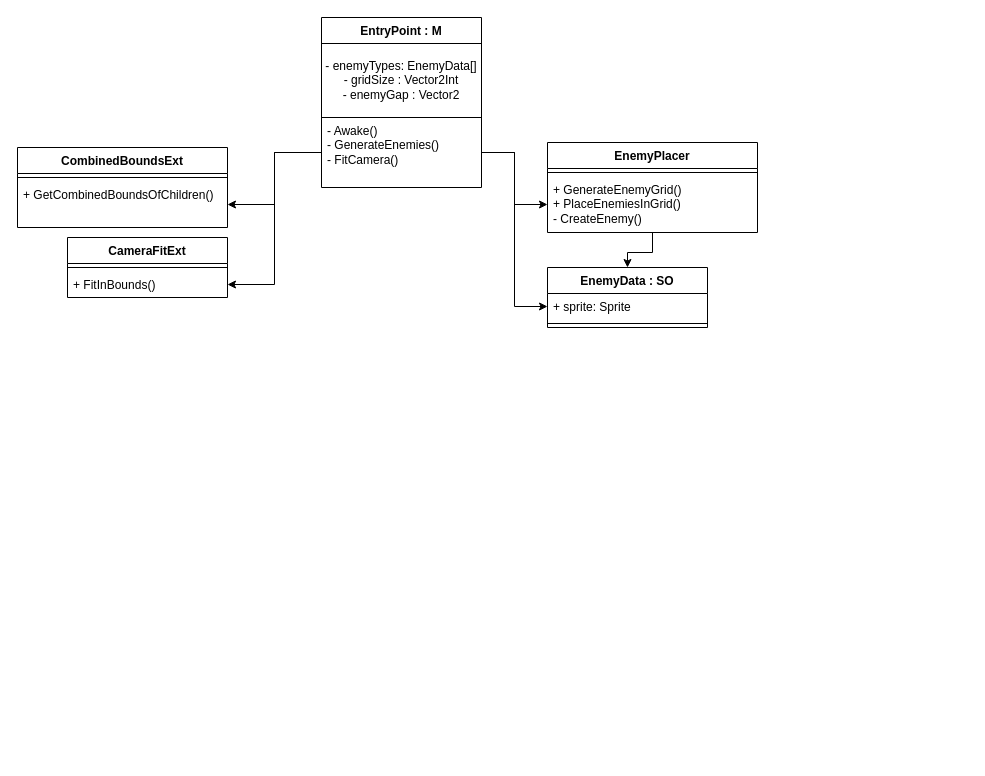
The draw.io diagram Assets/_Presentation/UML/UML.drawio in IvanvIvanv/SpaceInvadersTask, before the edit. Source tidied: cells renumbered, new cells numbered last; positions are measured from the earlier drawing's top-left corner, leaving out a move shared by most shapes. Both pictures are drawn from the tidied source at 100%, with x=0, y=0 at pixel (17, 17).
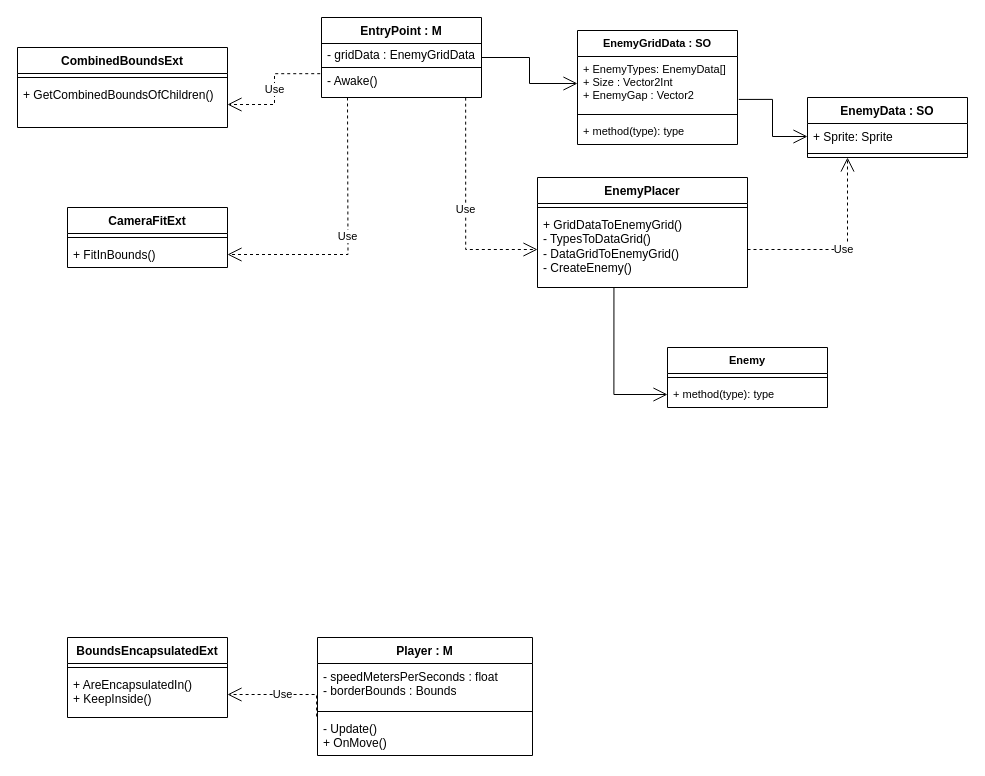
After the change.

Commit message (it also covers changes not shown here):
tweak: Updated UML

Unchanged cells that the change refers to:
```xml
<mxCell id="14" value="+ GetCombinedBoundsOfChildren()" style="text;strokeColor=none;fillColor=none;align=left;verticalAlign=top;spacingLeft=4;spacingRight=4;overflow=hidden;points=[[0,0.5],[1,0.5]];portConstraint=eastwest;whiteSpace=wrap;html=1;" parent="12" vertex="1">
  <mxGeometry y="34" width="210" height="46" as="geometry" />
</mxCell>
<mxCell id="17" value="+ FitInBounds()" style="text;strokeColor=none;fillColor=none;align=left;verticalAlign=top;spacingLeft=4;spacingRight=4;overflow=hidden;points=[[0,0.5],[1,0.5]];portConstraint=eastwest;whiteSpace=wrap;html=1;" parent="15" vertex="1">
  <mxGeometry y="34" width="160" height="26" as="geometry" />
</mxCell>
```

What changed in the source:
```diff
@@
     <mxCell id="2" value="EntryPoint : M" style="swimlane;fontStyle=1;align=center;verticalAlign=top;horizontal=1;startSize=26;whiteSpace=wrap;html=1;" parent="1" vertex="1">
-      <mxGeometry x="304" width="160" height="170" as="geometry" />
+      <mxGeometry x="304" width="160" height="80" as="geometry" />
     </mxCell>
-    <mxCell id="3" value="&lt;div&gt;- enemyTypes: EnemyData[]&lt;/div&gt;&lt;div&gt;- gridSize : Vector2Int&lt;/div&gt;&lt;div&gt;- enemyGap : Vector2&lt;/div&gt;" style="html=1;whiteSpace=wrap;" parent="2" vertex="1">
-      <mxGeometry y="26" width="160" height="74" as="geometry" />
+    <mxCell id="3" value="- gridData : EnemyGridData" style="html=1;whiteSpace=wrap;" parent="2" vertex="1">
+      <mxGeometry y="26" width="160" height="24" as="geometry" />
     </mxCell>
-    <mxCell id="4" value="&lt;div&gt;- Awake()&lt;/div&gt;&lt;div&gt;- GenerateEnemies()&lt;br&gt;&lt;/div&gt;&lt;div&gt;- FitCamera()&lt;br&gt;&lt;/div&gt;" style="text;strokeColor=none;fillColor=none;align=left;verticalAlign=top;spacingLeft=4;spacingRight=4;overflow=hidden;points=[[0,0.5],[1,0.5]];portConstraint=eastwest;whiteSpace=wrap;html=1;" parent="2" vertex="1">
-      <mxGeometry y="100" width="160" height="70" as="geometry" />
+    <mxCell id="4" value="&lt;div&gt;- Awake()&lt;/div&gt;" style="text;strokeColor=none;fillColor=none;align=left;verticalAlign=top;spacingLeft=4;spacingRight=4;overflow=hidden;points=[[0,0.5],[1,0.5]];portConstraint=eastwest;whiteSpace=wrap;html=1;" parent="2" vertex="1">
+      <mxGeometry y="50" width="160" height="30" as="geometry" />
     </mxCell>
-    <mxCell id="5" style="edgeStyle=orthogonalEdgeStyle;rounded=0;jettySize=auto;html=1;exitX=0.5;exitY=1;exitDx=0;exitDy=0;entryX=0.5;entryY=0;entryDx=0;entryDy=0;" parent="1" edge="1" source="6" target="9">
-      <mxGeometry relative="1" as="geometry" />
-    </mxCell>
     <mxCell id="6" value="EnemyPlacer" style="swimlane;fontStyle=1;align=center;verticalAlign=top;horizontal=1;startSize=26;whiteSpace=wrap;html=1;" parent="1" vertex="1">
-      <mxGeometry x="530" y="125" width="210" height="90" as="geometry" />
+      <mxGeometry x="520" y="160" width="210" height="110" as="geometry" />
     </mxCell>
@@
-    <mxCell id="8" value="&lt;div&gt;+ GenerateEnemyGrid()&lt;br&gt;&lt;/div&gt;&lt;div&gt;+ PlaceEnemiesInGrid()&lt;br&gt;&lt;/div&gt;&lt;div&gt;- CreateEnemy()&lt;br&gt;&lt;/div&gt;" style="text;strokeColor=none;fillColor=none;align=left;verticalAlign=top;spacingLeft=4;spacingRight=4;overflow=hidden;points=[[0,0.5],[1,0.5]];portConstraint=eastwest;whiteSpace=wrap;html=1;" parent="6" vertex="1">
-      <mxGeometry y="34" width="210" height="56" as="geometry" />
+    <mxCell id="8" value="&lt;div&gt;+ GridDataToEnemyGrid()&lt;br&gt;&lt;/div&gt;&lt;div&gt;- TypesToDataGrid()&lt;br&gt;&lt;/div&gt;&lt;div&gt;- DataGridToEnemyGrid()&lt;br&gt;&lt;/div&gt;&lt;div&gt;- CreateEnemy()&lt;br&gt;&lt;/div&gt;" style="text;strokeColor=none;fillColor=none;align=left;verticalAlign=top;spacingLeft=4;spacingRight=4;overflow=hidden;points=[[0,0.5],[1,0.5]];portConstraint=eastwest;whiteSpace=wrap;html=1;" parent="6" vertex="1">
+      <mxGeometry y="34" width="210" height="76" as="geometry" />
     </mxCell>
     <mxCell id="9" value="EnemyData : SO" style="swimlane;fontStyle=1;align=center;verticalAlign=top;horizontal=1;startSize=26;whiteSpace=wrap;html=1;" parent="1" vertex="1">
-      <mxGeometry x="530" y="250" width="160" height="60" as="geometry" />
+      <mxGeometry x="790" y="80" width="160" height="60" as="geometry" />
     </mxCell>
-    <mxCell id="10" value="+ sprite: Sprite" style="text;strokeColor=none;fillColor=none;align=left;verticalAlign=top;spacingLeft=4;spacingRight=4;overflow=hidden;points=[[0,0.5],[1,0.5]];portConstraint=eastwest;whiteSpace=wrap;html=1;" parent="9" vertex="1">
+    <mxCell id="10" value="+ Sprite: Sprite" style="text;strokeColor=none;fillColor=none;align=left;verticalAlign=top;spacingLeft=4;spacingRight=4;overflow=hidden;points=[[0,0.5],[1,0.5]];portConstraint=eastwest;whiteSpace=wrap;html=1;" parent="9" vertex="1">
       <mxGeometry y="26" width="160" height="26" as="geometry" />
     </mxCell>
@@
     <mxCell id="12" value="CombinedBoundsExt" style="swimlane;fontStyle=1;align=center;verticalAlign=top;horizontal=1;startSize=26;whiteSpace=wrap;html=1;" parent="1" vertex="1">
-      <mxGeometry y="130" width="210" height="80" as="geometry" />
+      <mxGeometry y="30" width="210" height="80" as="geometry" />
     </mxCell>
@@
     <mxCell id="15" value="CameraFitExt" style="swimlane;fontStyle=1;align=center;verticalAlign=top;horizontal=1;startSize=26;whiteSpace=wrap;html=1;" parent="1" vertex="1">
-      <mxGeometry x="50" y="220" width="160" height="60" as="geometry" />
+      <mxGeometry x="50" y="190" width="160" height="60" as="geometry" />
     </mxCell>
@@
+    <mxCell id="22" value="Player : M" style="swimlane;fontStyle=1;align=center;verticalAlign=top;horizontal=1;startSize=26;whiteSpace=wrap;html=1;" parent="1" vertex="1">
+      <mxGeometry x="300" y="620" width="215" height="118" as="geometry" />
+    </mxCell>
+    <mxCell id="23" value="&lt;div&gt;- speedMetersPerSeconds : float&lt;/div&gt;&lt;div&gt;- borderBounds : Bounds&lt;br&gt;&lt;/div&gt;" style="text;strokeColor=none;fillColor=none;align=left;verticalAlign=top;spacingLeft=4;spacingRight=4;overflow=hidden;whiteSpace=wrap;html=1;" parent="22" vertex="1">
+      <mxGeometry y="26" width="215" height="44" as="geometry" />
+    </mxCell>
+    <mxCell id="24" style="line;strokeWidth=1;fillColor=none;align=left;verticalAlign=middle;spacingTop=-1;spacingLeft=3;spacingRight=3;labelPosition=right;strokeColor=inherit;" parent="22" vertex="1">
+      <mxGeometry y="70" width="215" height="8" as="geometry" />
+    </mxCell>
+    <mxCell id="25" value="- Update()&lt;br&gt;&lt;div&gt;+ OnMove()&lt;/div&gt;" style="text;strokeColor=none;fillColor=none;align=left;verticalAlign=top;spacingLeft=4;spacingRight=4;overflow=hidden;points=[[0,0.5],[1,0.5]];portConstraint=eastwest;whiteSpace=wrap;html=1;" parent="22" vertex="1">
+      <mxGeometry y="78" width="215" height="40" as="geometry" />
+    </mxCell>
+    <mxCell id="26" value="BoundsEncapsulatedExt" style="swimlane;fontStyle=1;align=center;verticalAlign=top;horizontal=1;startSize=26;whiteSpace=wrap;html=1;" parent="1" vertex="1">
+      <mxGeometry x="50" y="620" width="160" height="80" as="geometry" />
+    </mxCell>
+    <mxCell id="27" style="line;strokeWidth=1;fillColor=none;align=left;verticalAlign=middle;spacingTop=-1;spacingLeft=3;spacingRight=3;labelPosition=right;strokeColor=inherit;" parent="26" vertex="1">
+      <mxGeometry y="26" width="160" height="8" as="geometry" />
+    </mxCell>
+    <mxCell id="28" value="&lt;div&gt;+ AreEncapsulatedIn()&lt;/div&gt;&lt;div&gt;+ KeepInside()&lt;br&gt;&lt;/div&gt;" style="text;strokeColor=none;fillColor=none;align=left;verticalAlign=top;spacingLeft=4;spacingRight=4;overflow=hidden;points=[[0,0.5],[1,0.5]];portConstraint=eastwest;whiteSpace=wrap;html=1;" parent="26" vertex="1">
+      <mxGeometry y="34" width="160" height="46" as="geometry" />
+    </mxCell>
+    <mxCell id="29" value="Use" style="endArrow=open;endSize=12;dashed=1;html=1;rounded=0;exitX=-0.004;exitY=0.025;exitDx=0;exitDy=0;exitPerimeter=0;entryX=1;entryY=0.5;entryDx=0;entryDy=0;edgeStyle=orthogonalEdgeStyle;" parent="1" edge="1" source="25" target="28">
+      <mxGeometry relative="1" as="geometry" />
+    </mxCell>
-    <mxCell id="18" style="edgeStyle=orthogonalEdgeStyle;rounded=0;jettySize=auto;html=1;exitX=0;exitY=0.5;exitDx=0;exitDy=0;entryX=1;entryY=0.5;entryDx=0;entryDy=0;" parent="1" edge="1" source="4" target="14">
+    <mxCell id="18" value="Use" style="endArrow=open;endSize=12;dashed=1;html=1;rounded=0;exitX=-0.008;exitY=0.206;exitDx=0;exitDy=0;entryX=1;entryY=0.5;entryDx=0;entryDy=0;exitPerimeter=0;edgeStyle=orthogonalEdgeStyle;" parent="1" edge="1" source="4" target="14">
       <mxGeometry relative="1" as="geometry" />
     </mxCell>
-    <mxCell id="19" style="edgeStyle=orthogonalEdgeStyle;rounded=0;jettySize=auto;html=1;exitX=0;exitY=0.5;exitDx=0;exitDy=0;entryX=1;entryY=0.5;entryDx=0;entryDy=0;" parent="1" edge="1" source="4" target="17">
-      <mxGeometry relative="1" as="geometry" />
-    </mxCell>
+    <mxCell id="30" value="Use" style="endArrow=open;endSize=12;dashed=1;html=1;rounded=0;strokeColor=default;align=center;verticalAlign=middle;fontFamily=Helvetica;fontSize=11;fontColor=default;labelBackgroundColor=default;edgeStyle=orthogonalEdgeStyle;entryX=1;entryY=0.5;entryDx=0;entryDy=0;" parent="1" edge="1" target="17">
+      <mxGeometry relative="1" as="geometry">
+        <mxPoint x="330" y="80" as="sourcePoint" />
+      </mxGeometry>
+    </mxCell>
+    <mxCell id="31" value="EnemyGridData : SO" style="swimlane;fontStyle=1;align=center;verticalAlign=top;horizontal=1;startSize=26;whiteSpace=wrap;html=1;fontFamily=Helvetica;fontSize=11;fontColor=default;labelBackgroundColor=default;" parent="1" vertex="1">
+      <mxGeometry x="560" y="13" width="160" height="114" as="geometry" />
+    </mxCell>
+    <mxCell id="32" value="&lt;div&gt;+ EnemyTypes: EnemyData[]&lt;/div&gt;&lt;div&gt;+ Size : Vector2Int&lt;/div&gt;&lt;div&gt;+ EnemyGap : Vector2&lt;/div&gt;" style="text;strokeColor=none;fillColor=none;align=left;verticalAlign=top;spacingLeft=4;spacingRight=4;overflow=hidden;points=[[0,0.5],[1,0.5]];portConstraint=eastwest;whiteSpace=wrap;html=1;fontFamily=Helvetica;fontSize=11;fontColor=default;labelBackgroundColor=default;" parent="31" vertex="1">
+      <mxGeometry y="26" width="160" height="54" as="geometry" />
+    </mxCell>
+    <mxCell id="33" style="line;strokeWidth=1;fillColor=none;align=left;verticalAlign=middle;spacingTop=-1;spacingLeft=3;spacingRight=3;labelPosition=right;strokeColor=inherit;fontFamily=Helvetica;fontSize=11;fontColor=default;labelBackgroundColor=default;" parent="31" vertex="1">
+      <mxGeometry y="80" width="160" height="8" as="geometry" />
+    </mxCell>
+    <mxCell id="34" value="+ method(type): type" style="text;strokeColor=none;fillColor=none;align=left;verticalAlign=top;spacingLeft=4;spacingRight=4;overflow=hidden;whiteSpace=wrap;html=1;fontFamily=Helvetica;fontSize=11;fontColor=default;labelBackgroundColor=default;" parent="31" vertex="1">
+      <mxGeometry y="88" width="160" height="26" as="geometry" />
+    </mxCell>
+    <mxCell id="35" style="endArrow=open;endFill=1;endSize=12;html=1;rounded=0;strokeColor=default;align=center;verticalAlign=middle;fontFamily=Helvetica;fontSize=11;fontColor=default;labelBackgroundColor=default;edgeStyle=orthogonalEdgeStyle;exitX=1.008;exitY=0.795;exitDx=0;exitDy=0;exitPerimeter=0;entryX=0;entryY=0.5;entryDx=0;entryDy=0;" parent="1" edge="1" source="32" target="10">
+      <mxGeometry relative="1" as="geometry" />
+    </mxCell>
+    <mxCell id="36" value="Enemy" style="swimlane;fontStyle=1;align=center;verticalAlign=top;horizontal=1;startSize=26;whiteSpace=wrap;html=1;fontFamily=Helvetica;fontSize=11;labelBackgroundColor=default;" parent="1" vertex="1">
+      <mxGeometry x="650" y="330" width="160" height="60" as="geometry" />
+    </mxCell>
+    <mxCell id="37" style="line;strokeWidth=1;fillColor=none;align=left;verticalAlign=middle;spacingTop=-1;spacingLeft=3;spacingRight=3;labelPosition=right;strokeColor=inherit;fontFamily=Helvetica;fontSize=11;fontColor=default;labelBackgroundColor=default;" parent="36" vertex="1">
+      <mxGeometry y="26" width="160" height="8" as="geometry" />
+    </mxCell>
+    <mxCell id="38" value="+ method(type): type" style="text;strokeColor=none;fillColor=none;align=left;verticalAlign=top;spacingLeft=4;spacingRight=4;overflow=hidden;points=[[0,0.5],[1,0.5]];portConstraint=eastwest;whiteSpace=wrap;html=1;fontFamily=Helvetica;fontSize=11;fontColor=default;labelBackgroundColor=default;" parent="36" vertex="1">
+      <mxGeometry y="34" width="160" height="26" as="geometry" />
+    </mxCell>
+    <mxCell id="39" value="Use" style="endArrow=open;endSize=12;dashed=1;html=1;rounded=0;strokeColor=default;align=center;verticalAlign=middle;fontFamily=Helvetica;fontSize=11;fontColor=default;labelBackgroundColor=default;edgeStyle=orthogonalEdgeStyle;entryX=0.25;entryY=1;entryDx=0;entryDy=0;exitX=1;exitY=0.5;exitDx=0;exitDy=0;" parent="1" edge="1" source="8" target="9">
+      <mxGeometry relative="1" as="geometry" />
+    </mxCell>
-    <mxCell id="20" style="edgeStyle=orthogonalEdgeStyle;rounded=0;jettySize=auto;html=1;exitX=1;exitY=0.5;exitDx=0;exitDy=0;entryX=0;entryY=0.5;entryDx=0;entryDy=0;" parent="1" edge="1" source="4" target="8">
+    <mxCell id="20" value="Use" style="endArrow=open;endSize=12;dashed=1;html=1;rounded=0;strokeColor=default;align=center;verticalAlign=middle;fontFamily=Helvetica;fontSize=11;fontColor=default;labelBackgroundColor=default;edgeStyle=orthogonalEdgeStyle;exitX=0.901;exitY=1.005;exitDx=0;exitDy=0;entryX=0;entryY=0.5;entryDx=0;entryDy=0;exitPerimeter=0;" parent="1" edge="1" source="4" target="8">
       <mxGeometry relative="1" as="geometry" />
     </mxCell>
-    <mxCell id="21" style="edgeStyle=orthogonalEdgeStyle;rounded=0;jettySize=auto;html=1;exitX=1;exitY=0.5;exitDx=0;exitDy=0;entryX=0;entryY=0.5;entryDx=0;entryDy=0;" parent="1" edge="1" source="4" target="10">
-      <mxGeometry relative="1" as="geometry" />
-    </mxCell>
+    <mxCell id="40" style="endArrow=open;endFill=1;endSize=12;html=1;rounded=0;strokeColor=default;align=center;verticalAlign=middle;fontFamily=Helvetica;fontSize=11;fontColor=default;labelBackgroundColor=default;edgeStyle=orthogonalEdgeStyle;exitX=1;exitY=0.5;exitDx=0;exitDy=0;entryX=0;entryY=0.5;entryDx=0;entryDy=0;" parent="1" edge="1" source="2" target="32">
+      <mxGeometry relative="1" as="geometry" />
+    </mxCell>
+    <mxCell id="41" style="endArrow=open;endFill=1;endSize=12;html=1;rounded=0;strokeColor=default;align=center;verticalAlign=middle;fontFamily=Helvetica;fontSize=11;fontColor=default;labelBackgroundColor=default;edgeStyle=orthogonalEdgeStyle;exitX=0.364;exitY=1.006;exitDx=0;exitDy=0;exitPerimeter=0;entryX=0;entryY=0.5;entryDx=0;entryDy=0;" parent="1" edge="1" source="8" target="38">
+      <mxGeometry relative="1" as="geometry" />
+    </mxCell>
```
